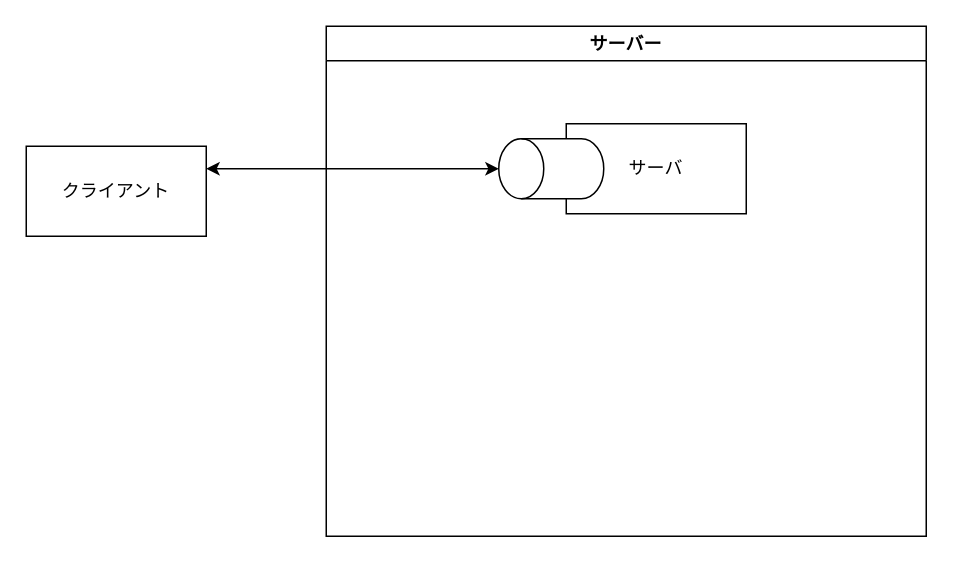
peregrin8alde/learn-ossdb-gold keeps this draw.io diagram as site/static/images/server-single-abst.drawio. Above is the earlier version. Source tidied: cells renumbered, new cells numbered last; positions are measured from the earlier drawing's top-left corner, leaving out a move shared by most shapes. Both pictures are drawn from the tidied source at 150%, with x=0, y=0 at pixel (26, 26).
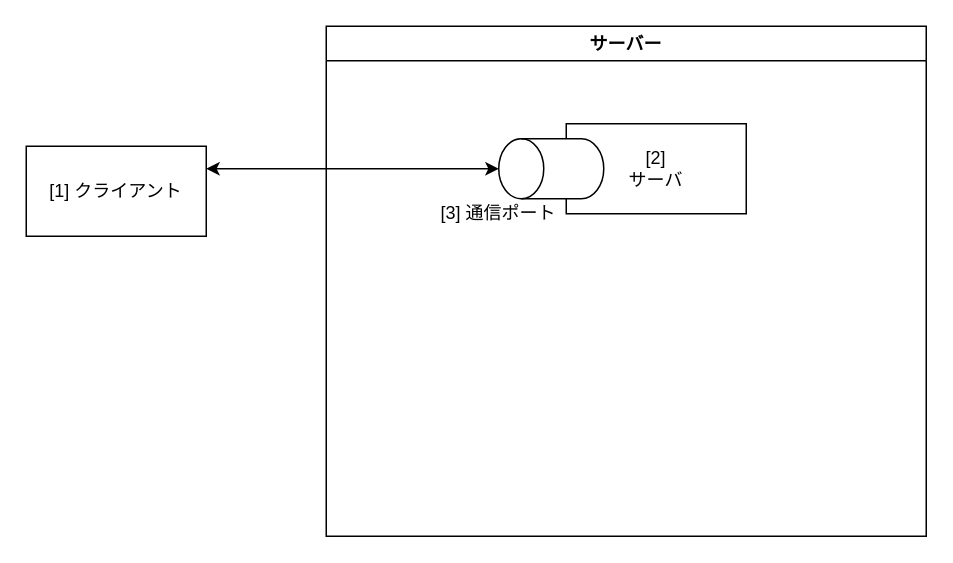
The same page after the edit.

What changed in the source:
```diff
@@
 <mxGraphModel>
   <root>
     <mxCell id="0" />
     <mxCell id="1" parent="0" />
     <mxCell id="2" value="サーバー" style="swimlane;" parent="1" vertex="1">
       <mxGeometry x="200" width="400" height="340" as="geometry" />
     </mxCell>
-    <mxCell id="3" value="&lt;div&gt;サーバ&lt;br&gt;&lt;/div&gt;" style="rounded=0;whiteSpace=wrap;html=1;" parent="2" vertex="1">
+    <mxCell id="3" value="[2] &lt;br&gt;&lt;div&gt;サーバ&lt;br&gt;&lt;/div&gt;" style="rounded=0;whiteSpace=wrap;html=1;" parent="2" vertex="1">
       <mxGeometry x="160" y="65" width="120" height="60" as="geometry" />
     </mxCell>
     <mxCell id="4" style="shape=cylinder3;whiteSpace=wrap;html=1;boundedLbl=1;backgroundOutline=1;size=15;rotation=-90;" parent="2" vertex="1">
       <mxGeometry x="130" y="60" width="40" height="70" as="geometry" />
     </mxCell>
+    <mxCell id="7" value="[3] 通信ポート" style="text;html=1;strokeColor=none;fillColor=none;align=center;verticalAlign=middle;whiteSpace=wrap;rounded=0;" parent="2" vertex="1">
+      <mxGeometry x="70" y="110" width="90" height="30" as="geometry" />
+    </mxCell>
-    <mxCell id="5" value="クライアント" style="rounded=0;whiteSpace=wrap;html=1;" parent="1" vertex="1">
+    <mxCell id="5" value="[1] クライアント" style="rounded=0;whiteSpace=wrap;html=1;" parent="1" vertex="1">
       <mxGeometry y="80" width="120" height="60" as="geometry" />
     </mxCell>
     <mxCell id="6" style="endArrow=classic;startArrow=classic;html=1;rounded=0;exitX=1;exitY=0.25;exitDx=0;exitDy=0;entryX=0.5;entryY=0;entryDx=0;entryDy=0;entryPerimeter=0;" parent="1" edge="1" source="5" target="4">
       <mxGeometry relative="1" as="geometry" />
     </mxCell>
   </root>
 </mxGraphModel>
```
